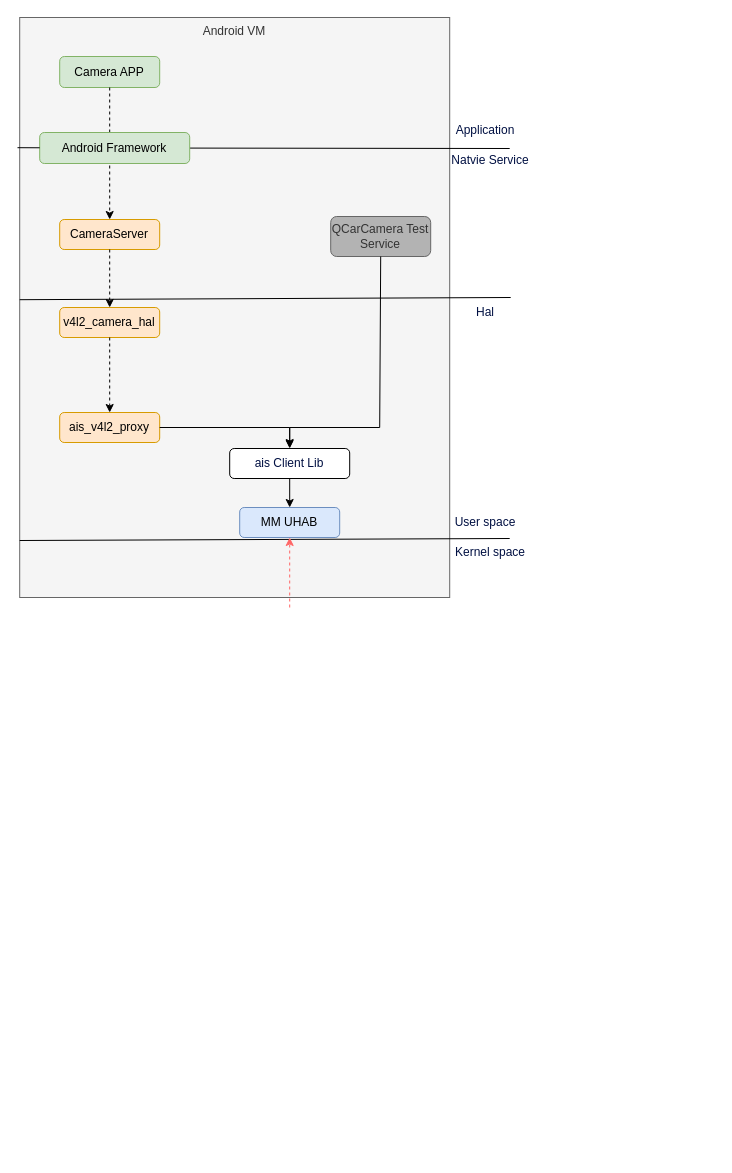
milk1990/AndFix keeps this draw.io diagram as page "v4l2Loopback" (2 of 3) of ais_server.drawio. Above is the earlier version. Source tidied: cells renumbered, new cells numbered last; positions are measured from the earlier drawing's top-left corner, leaving out a move shared by most shapes. Both pictures are drawn from the tidied source at 100%, with x=0, y=0 at pixel (17, 17).
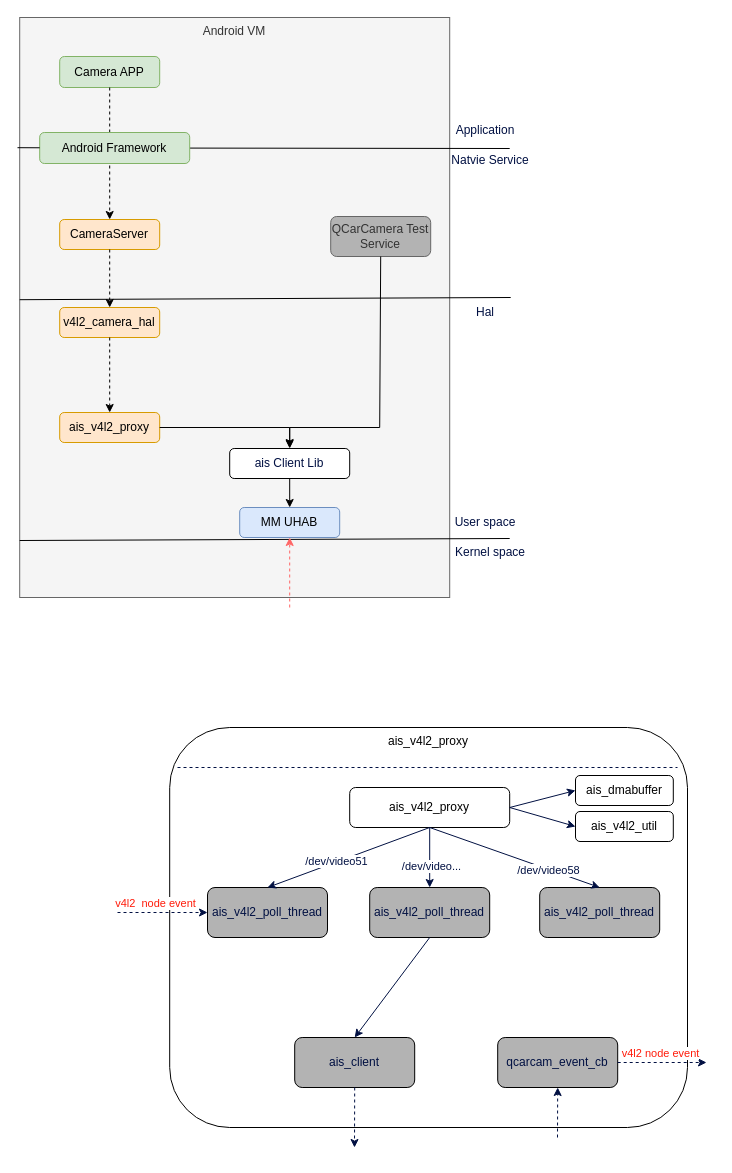
The same page after the edit.

Change to the diagram source:
```diff
@@
+    <mxCell id="27" value="ais_v4l2_proxy" style="rounded=1;whiteSpace=wrap;html=1;glass=0;sketch=0;verticalAlign=top;" parent="1" vertex="1">
+      <mxGeometry x="152.2" y="710" width="517.8" height="400" as="geometry" />
+    </mxCell>
+    <mxCell id="28" style="endArrow=none;dashed=1;html=1;rounded=0;fontColor=#011042;strokeColor=#011042;" parent="1" edge="1">
+      <mxGeometry relative="1" as="geometry">
+        <mxPoint x="160" y="750" as="sourcePoint" />
+        <mxPoint x="660" y="750" as="targetPoint" />
+      </mxGeometry>
+    </mxCell>
+    <mxCell id="29" value="ais_v4l2_proxy" style="rounded=1;whiteSpace=wrap;html=1;glass=0;sketch=0;" parent="1" vertex="1">
+      <mxGeometry x="332.2" y="770" width="160" height="40" as="geometry" />
+    </mxCell>
+    <mxCell id="30" value="ais_v4l2_poll_thread" style="rounded=1;whiteSpace=wrap;html=1;glass=0;sketch=0;fontColor=#011042;fillColor=#B3B3B3;" parent="1" vertex="1">
+      <mxGeometry x="190" y="870" width="120" height="50" as="geometry" />
+    </mxCell>
+    <mxCell id="31" value="&lt;span&gt;ais_v4l2_poll_thread&lt;/span&gt;" style="rounded=1;whiteSpace=wrap;html=1;glass=0;sketch=0;fontColor=#011042;fillColor=#B3B3B3;" parent="1" vertex="1">
+      <mxGeometry x="352.2" y="870" width="120" height="50" as="geometry" />
+    </mxCell>
+    <mxCell id="32" value="&lt;span&gt;ais_v4l2_poll_thread&lt;/span&gt;" style="rounded=1;whiteSpace=wrap;html=1;glass=0;sketch=0;fontColor=#011042;fillColor=#B3B3B3;" parent="1" vertex="1">
+      <mxGeometry x="522.2" y="870" width="120" height="50" as="geometry" />
+    </mxCell>
+    <mxCell id="33" style="endArrow=classic;html=1;rounded=0;fontColor=#011042;strokeColor=#011042;exitX=0.5;exitY=1;exitDx=0;exitDy=0;entryX=0.5;entryY=0;entryDx=0;entryDy=0;" parent="1" edge="1" source="29" target="30">
+      <mxGeometry relative="1" as="geometry" />
+    </mxCell>
+    <mxCell id="34" value="/dev/video51" style="edgeLabel;html=1;align=center;verticalAlign=middle;fontColor=#011042;" parent="33" vertex="1">
+      <mxGeometry x="0.16" y="-1" relative="1" as="geometry" />
+    </mxCell>
+    <mxCell id="35" style="endArrow=classic;html=1;rounded=0;fontColor=#011042;strokeColor=#011042;exitX=0.5;exitY=1;exitDx=0;exitDy=0;entryX=0.5;entryY=0;entryDx=0;entryDy=0;" parent="1" edge="1" source="29" target="31">
+      <mxGeometry relative="1" as="geometry" />
+    </mxCell>
+    <mxCell id="36" value="/dev/video..." style="edgeLabel;html=1;align=center;verticalAlign=middle;fontColor=#011042;" parent="35" vertex="1">
+      <mxGeometry x="0.28" y="1" relative="1" as="geometry" />
+    </mxCell>
+    <mxCell id="37" style="endArrow=classic;html=1;rounded=0;fontColor=#011042;strokeColor=#011042;exitX=0.5;exitY=1;exitDx=0;exitDy=0;entryX=0.5;entryY=0;entryDx=0;entryDy=0;" parent="1" edge="1" source="29" target="32">
+      <mxGeometry relative="1" as="geometry" />
+    </mxCell>
+    <mxCell id="38" value="/dev/video58" style="edgeLabel;html=1;align=center;verticalAlign=middle;fontColor=#011042;" parent="37" vertex="1">
+      <mxGeometry x="0.4" y="-1" relative="1" as="geometry" />
+    </mxCell>
+    <mxCell id="39" value="ais_client" style="rounded=1;whiteSpace=wrap;html=1;glass=0;sketch=0;fontColor=#011042;fillColor=#B3B3B3;" parent="1" vertex="1">
+      <mxGeometry x="277.2" y="1020" width="120" height="50" as="geometry" />
+    </mxCell>
+    <mxCell id="40" value="qcarcam_event_cb" style="rounded=1;whiteSpace=wrap;html=1;glass=0;sketch=0;fontColor=#011042;fillColor=#B3B3B3;" parent="1" vertex="1">
+      <mxGeometry x="480.2" y="1020" width="120" height="50" as="geometry" />
+    </mxCell>
+    <mxCell id="41" style="endArrow=classic;html=1;rounded=0;fontColor=#011042;strokeColor=#011042;exitX=0.5;exitY=1;exitDx=0;exitDy=0;entryX=0.5;entryY=0;entryDx=0;entryDy=0;" parent="1" edge="1" source="31" target="39">
+      <mxGeometry relative="1" as="geometry" />
+    </mxCell>
+    <mxCell id="42" style="endArrow=classic;html=1;rounded=0;fontColor=#011042;strokeColor=#011042;exitX=0.5;exitY=1;exitDx=0;exitDy=0;dashed=1;" parent="1" edge="1" source="39">
+      <mxGeometry relative="1" as="geometry">
+        <mxPoint x="337" y="1130" as="targetPoint" />
+      </mxGeometry>
+    </mxCell>
+    <mxCell id="43" style="endArrow=classic;html=1;rounded=0;fontColor=#011042;strokeColor=#011042;dashed=1;entryX=0.5;entryY=1;entryDx=0;entryDy=0;" parent="1" edge="1" target="40">
+      <mxGeometry relative="1" as="geometry">
+        <mxPoint x="540" y="1120" as="sourcePoint" />
+      </mxGeometry>
+    </mxCell>
+    <mxCell id="44" style="endArrow=classic;html=1;rounded=0;dashed=1;fontColor=#011042;strokeColor=#011042;entryX=0;entryY=0.5;entryDx=0;entryDy=0;" parent="1" edge="1" target="30">
+      <mxGeometry relative="1" as="geometry">
+        <mxPoint x="100" y="895" as="sourcePoint" />
+      </mxGeometry>
+    </mxCell>
+    <mxCell id="45" value="v4l2&amp;nbsp; node event" style="edgeLabel;html=1;align=center;verticalAlign=middle;fontColor=#FF1B0A;" parent="44" vertex="1">
+      <mxGeometry x="-0.46" y="-1" relative="1" as="geometry">
+        <mxPoint x="13" y="-11" as="offset" />
+      </mxGeometry>
+    </mxCell>
+    <mxCell id="46" style="endArrow=classic;html=1;rounded=0;dashed=1;fontColor=#011042;strokeColor=#011042;exitX=1;exitY=0.5;exitDx=0;exitDy=0;" parent="1" edge="1" source="40">
+      <mxGeometry relative="1" as="geometry">
+        <mxPoint x="689" y="1045" as="targetPoint" />
+      </mxGeometry>
+    </mxCell>
+    <mxCell id="47" value="v4l2 node event" style="edgeLabel;html=1;align=center;verticalAlign=middle;fontColor=#FF1B0A;" parent="46" vertex="1">
+      <mxGeometry x="-0.2" y="1" relative="1" as="geometry">
+        <mxPoint x="6" y="-9" as="offset" />
+      </mxGeometry>
+    </mxCell>
+    <mxCell id="48" value="ais_dmabuffer" style="rounded=1;whiteSpace=wrap;html=1;glass=0;sketch=0;" parent="1" vertex="1">
+      <mxGeometry x="558" y="758" width="97.8" height="30" as="geometry" />
+    </mxCell>
+    <mxCell id="49" value="ais_v4l2_util" style="rounded=1;whiteSpace=wrap;html=1;glass=0;sketch=0;" parent="1" vertex="1">
+      <mxGeometry x="558" y="794" width="97.8" height="30" as="geometry" />
+    </mxCell>
+    <mxCell id="50" style="endArrow=classic;html=1;rounded=0;fontColor=#FF1B0A;strokeColor=#011042;exitX=1;exitY=0.5;exitDx=0;exitDy=0;entryX=0;entryY=0.5;entryDx=0;entryDy=0;" parent="1" edge="1" source="29" target="48">
+      <mxGeometry relative="1" as="geometry" />
+    </mxCell>
+    <mxCell id="51" style="endArrow=classic;html=1;rounded=0;fontColor=#FF1B0A;strokeColor=#011042;exitX=1;exitY=0.5;exitDx=0;exitDy=0;entryX=0;entryY=0.5;entryDx=0;entryDy=0;" parent="1" edge="1" source="29" target="49">
+      <mxGeometry relative="1" as="geometry" />
+    </mxCell>
```
